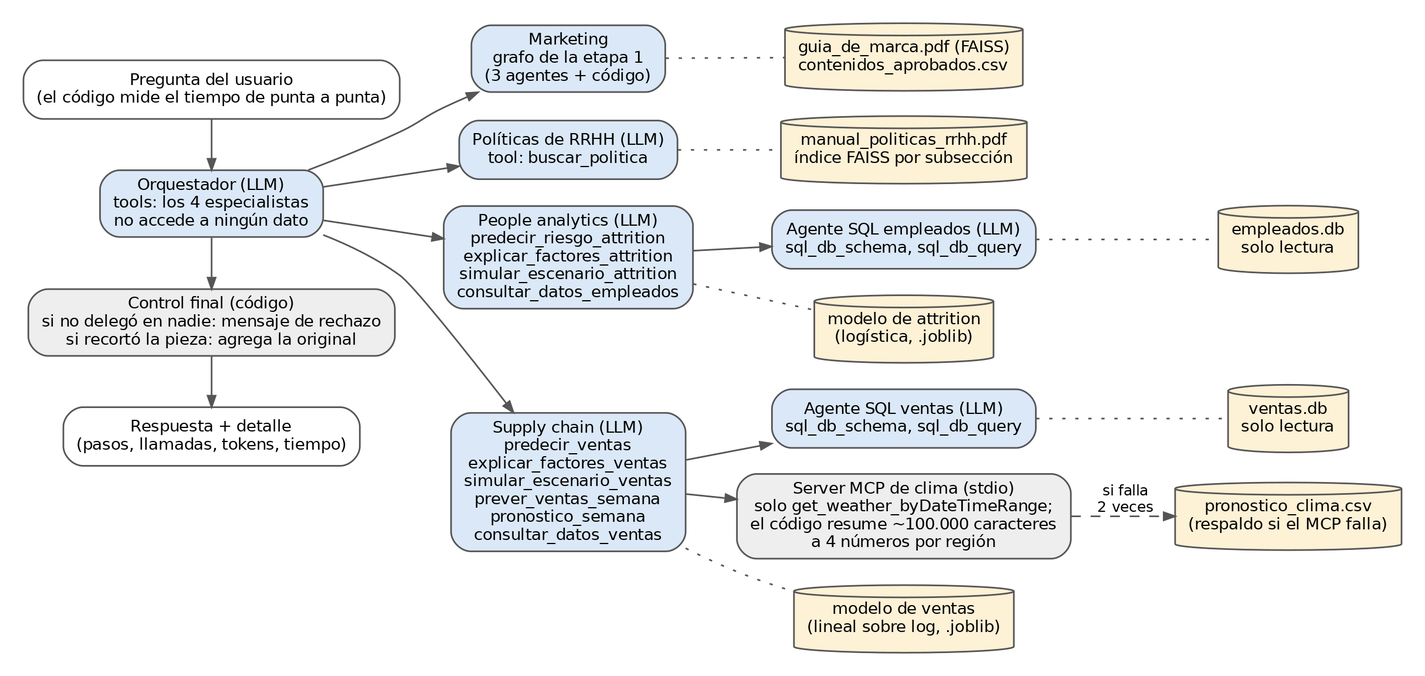
emich95/hornero keeps this Graphviz diagram as informe/diagramas/etapa2.png. Above is the earlier version. Its source is kept beside it as informe/diagramas/etapa2.dot. Source of this version:
```dot
digraph etapa2 {
  graph [rankdir=LR, fontname="DejaVu Sans", fontsize=11, nodesep=0.22, ranksep=0.35, bgcolor="white", pad=0.2, newrank=true];
  node  [fontname="DejaVu Sans", fontsize=10, style="rounded,filled", shape=box, color="#555555", penwidth=1];
  edge  [fontname="DejaVu Sans", fontsize=9, color="#555555", arrowsize=0.7];

  preg  [label="Pregunta del usuario\n(el código mide el tiempo de punta a punta)", fillcolor="#ffffff", style="rounded"];
  orq   [label="Orquestador (LLM)\ntools: los 4 especialistas\nno accede a ningún dato", fillcolor="#dbe8f7"];
  cierre [label="Control final (código)\nsi no delegó en nadie: mensaje de rechazo\nsi recortó la pieza: agrega la original", fillcolor="#eeeeee"];
  resp  [label="Respuesta + detalle\n(pasos, llamadas, tokens, tiempo)", fillcolor="#ffffff", style="rounded"];

  mkt   [label="Marketing\ngrafo de la etapa 1\n(3 agentes + código)", fillcolor="#dbe8f7"];
  pol   [label="Políticas de RRHH (LLM)\ntool: buscar_politica", fillcolor="#dbe8f7"];
  ppl   [label="People analytics (LLM)\npredecir_riesgo_attrition\nexplicar_factores_attrition\nsimular_escenario_attrition\nconsultar_datos_empleados", fillcolor="#dbe8f7"];
  sup   [label="Supply chain (LLM)\npredecir_ventas\nexplicar_factores_ventas\nsimular_escenario_ventas\nprever_ventas_semana\npronostico_semana\nconsultar_datos_ventas", fillcolor="#dbe8f7"];

  sqle  [label="Agente SQL empleados (LLM)\nsql_db_schema, sql_db_query", fillcolor="#dbe8f7"];
  sqlv  [label="Agente SQL ventas (LLM)\nsql_db_schema, sql_db_query", fillcolor="#dbe8f7"];
  mcp   [label="Server MCP de clima (stdio)\nsolo get_weather_byDateTimeRange;\nel código resume ~100.000 caracteres\na 4 números por región", fillcolor="#eeeeee"];

  dmkt  [label="guia_de_marca.pdf (FAISS)\ncontenidos_aprobados.csv", shape=cylinder, style="filled", fillcolor="#fdf1d6"];
  dpol  [label="manual_politicas_rrhh.pdf\níndice FAISS por subsección", shape=cylinder, style="filled", fillcolor="#fdf1d6"];
  matt  [label="modelo de attrition\n(logística, .joblib)", shape=cylinder, style="filled", fillcolor="#fdf1d6"];
  demp  [label="empleados.db\nsolo lectura", shape=cylinder, style="filled", fillcolor="#fdf1d6"];
  mven  [label="modelo de ventas\n(lineal sobre log, .joblib)", shape=cylinder, style="filled", fillcolor="#fdf1d6"];
  dven  [label="ventas.db\nsolo lectura", shape=cylinder, style="filled", fillcolor="#fdf1d6"];
  dcsv  [label="pronostico_clima.csv\n(respaldo si el MCP falla)", shape=cylinder, style="filled", fillcolor="#fdf1d6"];

  preg -> orq;
  orq -> mkt;
  orq -> pol;
  orq -> ppl;
  orq -> sup;
  orq -> cierre;
  cierre -> resp;

  mkt -> dmkt [style=dotted, arrowhead=none];
  pol -> dpol [style=dotted, arrowhead=none];
  ppl -> sqle; ppl -> matt [style=dotted, arrowhead=none];
  sqle -> demp [style=dotted, arrowhead=none];
  sup -> sqlv; sup -> mcp; sup -> mven [style=dotted, arrowhead=none];
  sqlv -> dven [style=dotted, arrowhead=none];
  mcp -> dcsv [style=dashed, label=" si falla\n 2 veces"];

  {rank=same; preg; orq; cierre; resp}
  {rank=same; mkt; pol; ppl; sup}
  {rank=same; dmkt; dpol; sqle; matt; sqlv; mcp; mven}
  {rank=same; demp; dven; dcsv}
}
```
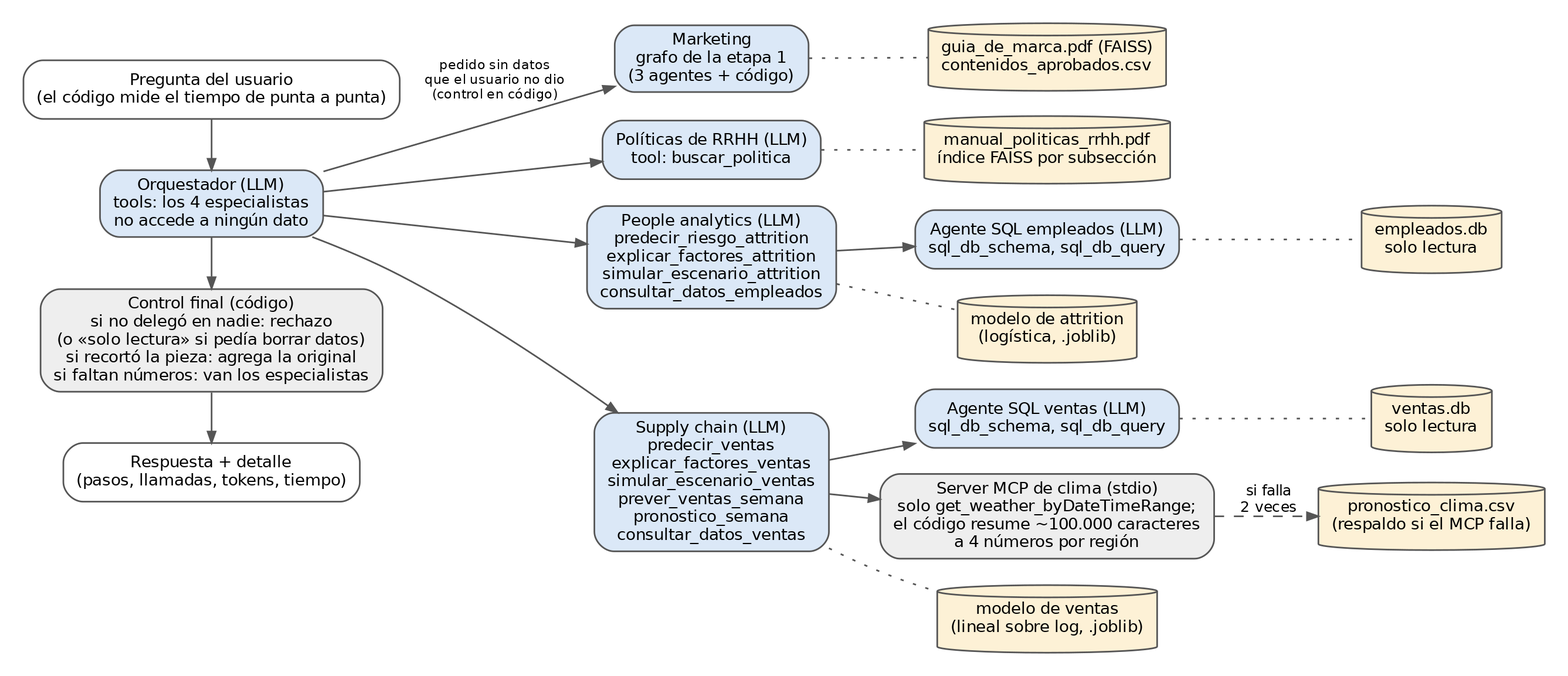
Above is the later version.

Diff of the diagram source:
```diff
@@ -5,7 +5,7 @@
 
   preg  [label="Pregunta del usuario\n(el código mide el tiempo de punta a punta)", fillcolor="#ffffff", style="rounded"];
   orq   [label="Orquestador (LLM)\ntools: los 4 especialistas\nno accede a ningún dato", fillcolor="#dbe8f7"];
-  cierre [label="Control final (código)\nsi no delegó en nadie: mensaje de rechazo\nsi recortó la pieza: agrega la original", fillcolor="#eeeeee"];
+  cierre [label="Control final (código)\nsi no delegó en nadie: rechazo\n(o «solo lectura» si pedía borrar datos)\nsi recortó la pieza: agrega la original\nsi faltan números: van los especialistas", fillcolor="#eeeeee"];
   resp  [label="Respuesta + detalle\n(pasos, llamadas, tokens, tiempo)", fillcolor="#ffffff", style="rounded"];
 
   mkt   [label="Marketing\ngrafo de la etapa 1\n(3 agentes + código)", fillcolor="#dbe8f7"];
@@ -26,7 +26,7 @@
   dcsv  [label="pronostico_clima.csv\n(respaldo si el MCP falla)", shape=cylinder, style="filled", fillcolor="#fdf1d6"];
 
   preg -> orq;
-  orq -> mkt;
+  orq -> mkt [label=" pedido sin datos\n que el usuario no dio\n (control en código)", fontsize=8];
   orq -> pol;
   orq -> ppl;
   orq -> sup;
```
